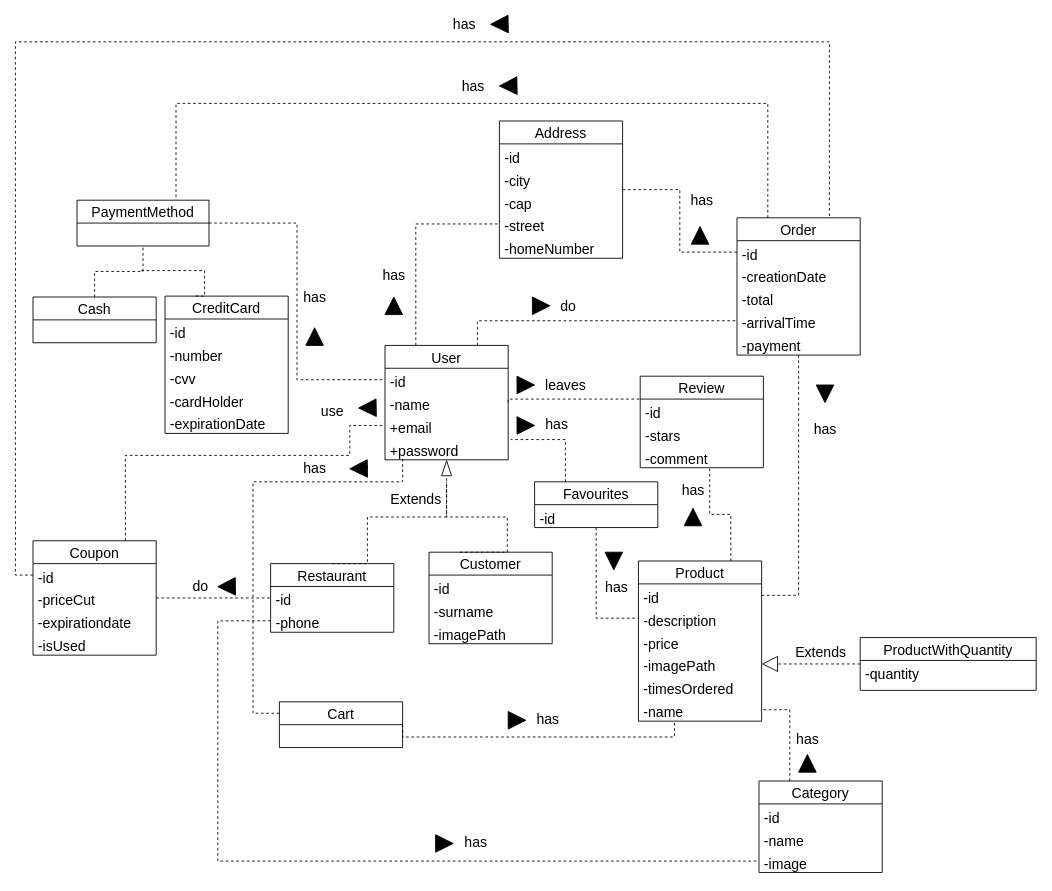
Earlier version of the draw.io diagram documentazione/Diagrammi/class domain.drawio (Flacaro/TasteIt). Source tidied: cells renumbered, new cells numbered last; positions are measured from the earlier drawing's top-left corner, leaving out a move shared by most shapes. Both pictures are drawn from the tidied source at 88%, with x=0, y=0 at pixel (15, 15).
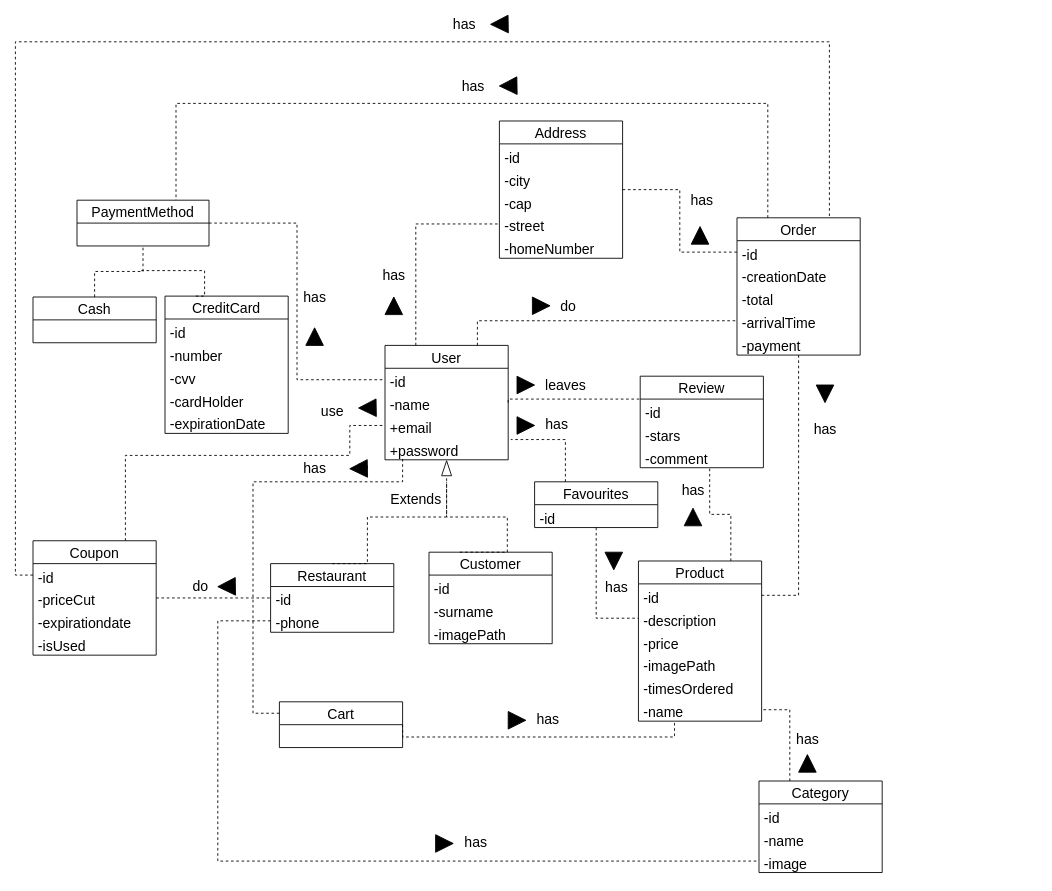
After the change.

Unchanged cells that the change refers to:
```xml
<mxCell id="31" value="-imagePath" style="text;strokeColor=none;fillColor=none;align=left;verticalAlign=top;spacingLeft=4;spacingRight=4;overflow=hidden;points=[[0,0.5],[1,0.5]];portConstraint=eastwest;fontSize=16;" parent="27" vertex="1">
  <mxGeometry y="104" width="140" height="26" as="geometry" />
</mxCell>
```

What changed in the source:
```diff
@@
-    <mxCell id="89" style="edgeStyle=orthogonalEdgeStyle;rounded=0;jettySize=auto;html=1;exitX=0;exitY=0.5;exitDx=0;exitDy=0;entryX=1;entryY=0.5;entryDx=0;entryDy=0;dashed=1;fontSize=16;endArrow=block;endFill=0;endSize=16;strokeWidth=1;" parent="1" edge="1" source="90" target="31">
-      <mxGeometry relative="1" as="geometry" />
-    </mxCell>
-    <mxCell id="90" value="ProductWithQuantity" style="swimlane;fontStyle=0;horizontal=1;startSize=26;fillColor=none;fontSize=16;" parent="1" vertex="1">
-      <mxGeometry x="960" y="707" width="200" height="60" as="geometry" />
-    </mxCell>
-    <mxCell id="91" value="-quantity" style="text;strokeColor=none;fillColor=none;align=left;verticalAlign=top;spacingLeft=4;spacingRight=4;overflow=hidden;fontSize=16;" parent="90" vertex="1">
-      <mxGeometry y="26" width="200" height="34" as="geometry" />
-    </mxCell>
-    <mxCell id="92" value="Extends" style="text;html=1;align=center;verticalAlign=middle;strokeColor=none;fillColor=none;fontSize=16;" parent="1" vertex="1">
-      <mxGeometry x="880" y="714" width="70" height="20" as="geometry" />
-    </mxCell>
```
